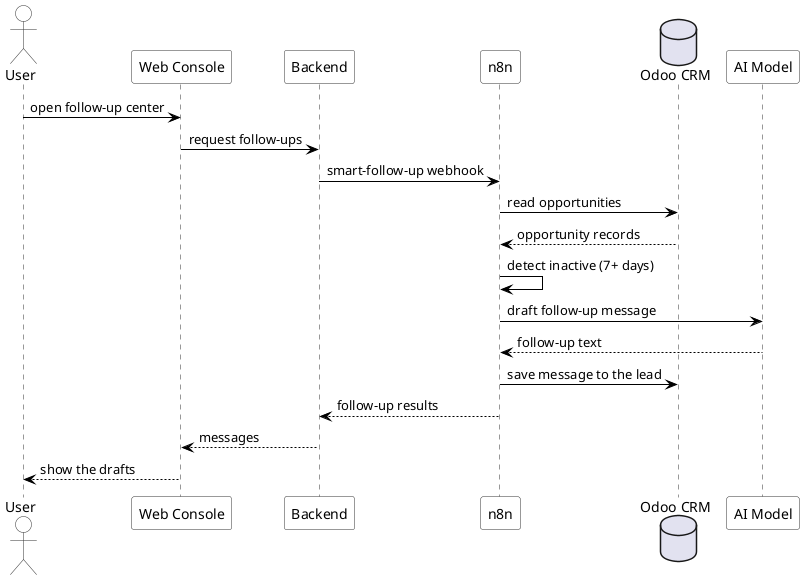
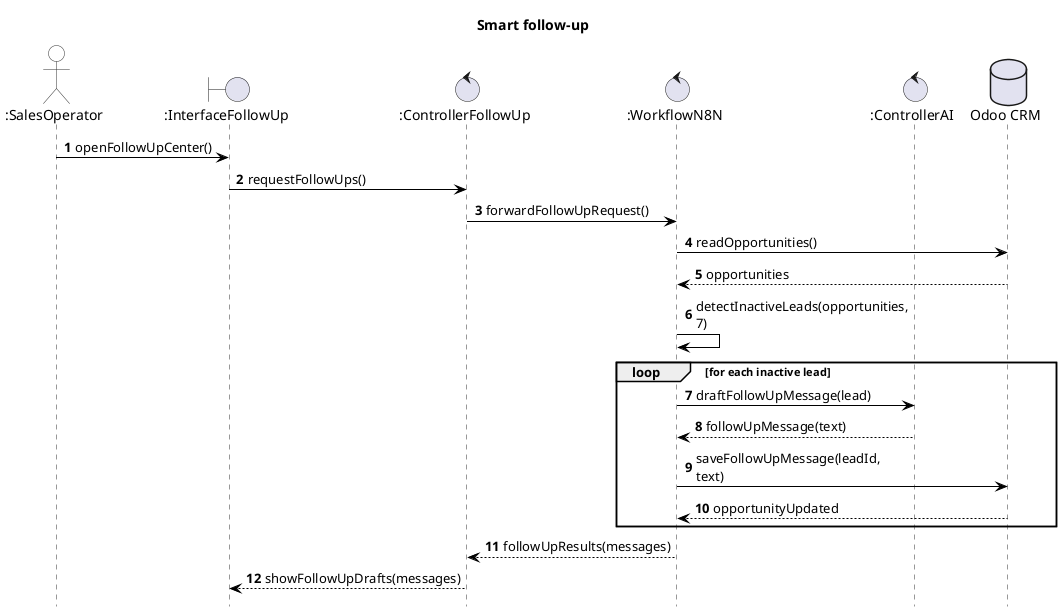
@startuml seq-followup
+ ' Robustness / Boundary-Control-Entity (BCE) sequence diagram.
+ ' Visual skin kept black-and-white / Times New Roman to match the report
+ ' (enforced by _build/restyle_seq.py); the structure follows the BCE rules.
skinparam backgroundColor transparent
skinparam shadowing false
+ skinparam maxMessageSize 200
skinparam defaultFontName Times New Roman
skinparam sequence {
  ArrowColor #000000
  ArrowFontColor #000000
  LifeLineBorderColor #333333
  LifeLineBackgroundColor #FFFFFF
  ParticipantBackgroundColor #FFFFFF
  ParticipantFontColor #000000
  ParticipantBorderColor #333333
  ActorBackgroundColor #FFFFFF
  ActorBorderColor #333333
  DatabaseBackgroundColor #FFFFFF
  DatabaseBorderColor #333333
}
- actor User
- participant "Web Console" as Console
- participant "Backend" as Backend
- participant "n8n" as N8N
+ hide footbox
+ autonumber
+ title Smart follow-up
+ 
+ actor ":SalesOperator" as Operator
+ boundary ":InterfaceFollowUp" as UI
+ control ":ControllerFollowUp" as FollowUp
+ control ":WorkflowN8N" as N8N
+ control ":ControllerAI" as AI
database "Odoo CRM" as Odoo
- participant "AI Model" as AI

- User -> Console : open follow-up center
- Console -> Backend : request follow-ups
- Backend -> N8N : smart-follow-up webhook
- N8N -> Odoo : read opportunities
- Odoo --> N8N : opportunity records
- N8N -> N8N : detect inactive (7+ days)
- N8N -> AI : draft follow-up message
- AI --> N8N : follow-up text
- N8N -> Odoo : save message to the lead
- N8N --> Backend : follow-up results
- Backend --> Console : messages
- Console --> User : show the drafts
+ Operator -> UI : openFollowUpCenter()
+ UI -> FollowUp : requestFollowUps()
+ FollowUp -> N8N : forwardFollowUpRequest()
+ N8N -> Odoo : readOpportunities()
+ Odoo --> N8N : opportunities
+ N8N -> N8N : detectInactiveLeads(opportunities, 7)
+ loop for each inactive lead
+   N8N -> AI : draftFollowUpMessage(lead)
+   AI --> N8N : followUpMessage(text)
+   N8N -> Odoo : saveFollowUpMessage(leadId, text)
+   Odoo --> N8N : opportunityUpdated
+ end
+ N8N --> FollowUp : followUpResults(messages)
+ FollowUp --> UI : showFollowUpDrafts(messages)
@enduml
